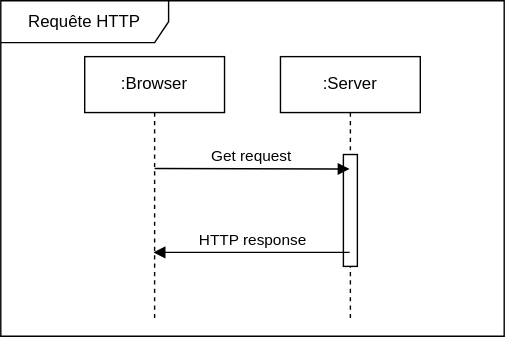
Before: out/plant_uml/custom/interactionRepresentationExample.svg, a diagram exported from draw.io (gigl-uml/Guide_uml_polymtl). Source tidied: cells renumbered, new cells last; positions are measured from the earlier drawing's top-left corner, leaving out a move shared by most shapes. Its diagram source:
```xml
<mxGraphModel>
  <root>
    <mxCell id="0" />
    <mxCell id="1" parent="0" />
    <mxCell id="2" value="Requête HTTP" style="shape=umlFrame;whiteSpace=wrap;html=1;width=120;height=30;" parent="1" vertex="1">
      <mxGeometry width="360" height="240" as="geometry" />
    </mxCell>
    <mxCell id="3" value=":Browser" style="shape=umlLifeline;perimeter=lifelinePerimeter;whiteSpace=wrap;html=1;outlineConnect=0;portConstraint=eastwest;newEdgeStyle={&quot;edgeStyle&quot;:&quot;elbowEdgeStyle&quot;,&quot;elbow&quot;:&quot;vertical&quot;,&quot;curved&quot;:0,&quot;rounded&quot;:0};" parent="1" vertex="1">
      <mxGeometry x="60" y="40" width="100" height="190" as="geometry" />
    </mxCell>
    <mxCell id="4" value=":Server" style="shape=umlLifeline;perimeter=lifelinePerimeter;whiteSpace=wrap;html=1;outlineConnect=0;portConstraint=eastwest;newEdgeStyle={&quot;edgeStyle&quot;:&quot;elbowEdgeStyle&quot;,&quot;elbow&quot;:&quot;vertical&quot;,&quot;curved&quot;:0,&quot;rounded&quot;:0};" parent="1" vertex="1">
      <mxGeometry x="200" y="40" width="100" height="190" as="geometry" />
    </mxCell>
    <mxCell id="5" style="html=1;perimeter=orthogonalPerimeter;targetShapes=umlLifeline;newEdgeStyle={&quot;edgeStyle&quot;:&quot;elbowEdgeStyle&quot;,&quot;elbow&quot;:&quot;vertical&quot;,&quot;curved&quot;:0,&quot;rounded&quot;:0};" parent="4" vertex="1">
      <mxGeometry x="45" y="70" width="10" height="80" as="geometry" />
    </mxCell>
    <mxCell id="6" value="Get request" style="html=1;verticalAlign=bottom;endArrow=block;edgeStyle=elbowEdgeStyle;elbow=vertical;curved=0;rounded=0;" parent="1" edge="1" target="4">
      <mxGeometry relative="1" as="geometry">
        <mxPoint x="110" y="120" as="sourcePoint" />
      </mxGeometry>
    </mxCell>
    <mxCell id="7" value="HTTP response" style="html=1;verticalAlign=bottom;endArrow=none;edgeStyle=elbowEdgeStyle;elbow=vertical;curved=0;rounded=0;startArrow=block;startFill=1;endFill=0;" parent="1" edge="1" source="3" target="4">
      <mxGeometry relative="1" as="geometry">
        <Array as="points">
          <mxPoint x="180" y="180" />
          <mxPoint x="190" y="200" />
        </Array>
      </mxGeometry>
    </mxCell>
  </root>
</mxGraphModel>
```
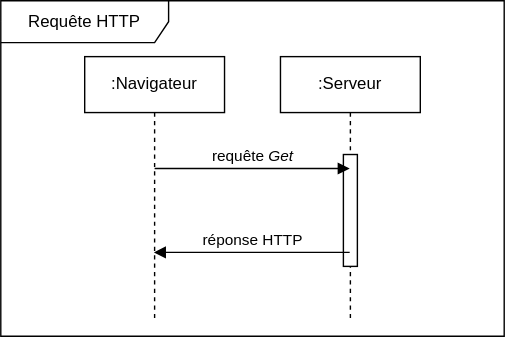
The same file after the commit.

Commit message:
traduction diagramme interaction

Diff of the diagram source:
```diff
@@ -5,21 +5,21 @@
     <mxCell id="2" value="Requête HTTP" style="shape=umlFrame;whiteSpace=wrap;html=1;width=120;height=30;" parent="1" vertex="1">
       <mxGeometry width="360" height="240" as="geometry" />
     </mxCell>
-    <mxCell id="3" value=":Browser" style="shape=umlLifeline;perimeter=lifelinePerimeter;whiteSpace=wrap;html=1;outlineConnect=0;portConstraint=eastwest;newEdgeStyle={&quot;edgeStyle&quot;:&quot;elbowEdgeStyle&quot;,&quot;elbow&quot;:&quot;vertical&quot;,&quot;curved&quot;:0,&quot;rounded&quot;:0};" parent="1" vertex="1">
+    <mxCell id="3" value=":Navigateur" style="shape=umlLifeline;perimeter=lifelinePerimeter;whiteSpace=wrap;html=1;outlineConnect=0;portConstraint=eastwest;newEdgeStyle={&quot;edgeStyle&quot;:&quot;elbowEdgeStyle&quot;,&quot;elbow&quot;:&quot;vertical&quot;,&quot;curved&quot;:0,&quot;rounded&quot;:0};" parent="1" vertex="1">
       <mxGeometry x="60" y="40" width="100" height="190" as="geometry" />
     </mxCell>
-    <mxCell id="4" value=":Server" style="shape=umlLifeline;perimeter=lifelinePerimeter;whiteSpace=wrap;html=1;outlineConnect=0;portConstraint=eastwest;newEdgeStyle={&quot;edgeStyle&quot;:&quot;elbowEdgeStyle&quot;,&quot;elbow&quot;:&quot;vertical&quot;,&quot;curved&quot;:0,&quot;rounded&quot;:0};" parent="1" vertex="1">
+    <mxCell id="4" value=":Serveur" style="shape=umlLifeline;perimeter=lifelinePerimeter;whiteSpace=wrap;html=1;outlineConnect=0;portConstraint=eastwest;newEdgeStyle={&quot;edgeStyle&quot;:&quot;elbowEdgeStyle&quot;,&quot;elbow&quot;:&quot;vertical&quot;,&quot;curved&quot;:0,&quot;rounded&quot;:0};" parent="1" vertex="1">
       <mxGeometry x="200" y="40" width="100" height="190" as="geometry" />
     </mxCell>
     <mxCell id="5" style="html=1;perimeter=orthogonalPerimeter;targetShapes=umlLifeline;newEdgeStyle={&quot;edgeStyle&quot;:&quot;elbowEdgeStyle&quot;,&quot;elbow&quot;:&quot;vertical&quot;,&quot;curved&quot;:0,&quot;rounded&quot;:0};" parent="4" vertex="1">
       <mxGeometry x="45" y="70" width="10" height="80" as="geometry" />
     </mxCell>
-    <mxCell id="6" value="Get request" style="html=1;verticalAlign=bottom;endArrow=block;edgeStyle=elbowEdgeStyle;elbow=vertical;curved=0;rounded=0;" parent="1" edge="1" target="4">
+    <mxCell id="6" value="requête &lt;i&gt;Get&lt;/i&gt;" style="html=1;verticalAlign=bottom;endArrow=block;edgeStyle=elbowEdgeStyle;elbow=vertical;curved=0;rounded=0;" parent="1" edge="1" target="4">
       <mxGeometry relative="1" as="geometry">
         <mxPoint x="110" y="120" as="sourcePoint" />
       </mxGeometry>
     </mxCell>
-    <mxCell id="7" value="HTTP response" style="html=1;verticalAlign=bottom;endArrow=none;edgeStyle=elbowEdgeStyle;elbow=vertical;curved=0;rounded=0;startArrow=block;startFill=1;endFill=0;" parent="1" edge="1" source="3" target="4">
+    <mxCell id="7" value="réponse HTTP" style="html=1;verticalAlign=bottom;endArrow=none;edgeStyle=elbowEdgeStyle;elbow=vertical;curved=0;rounded=0;startArrow=block;startFill=1;endFill=0;" parent="1" edge="1" source="3" target="4">
       <mxGeometry relative="1" as="geometry">
         <Array as="points">
           <mxPoint x="180" y="180" />
```
